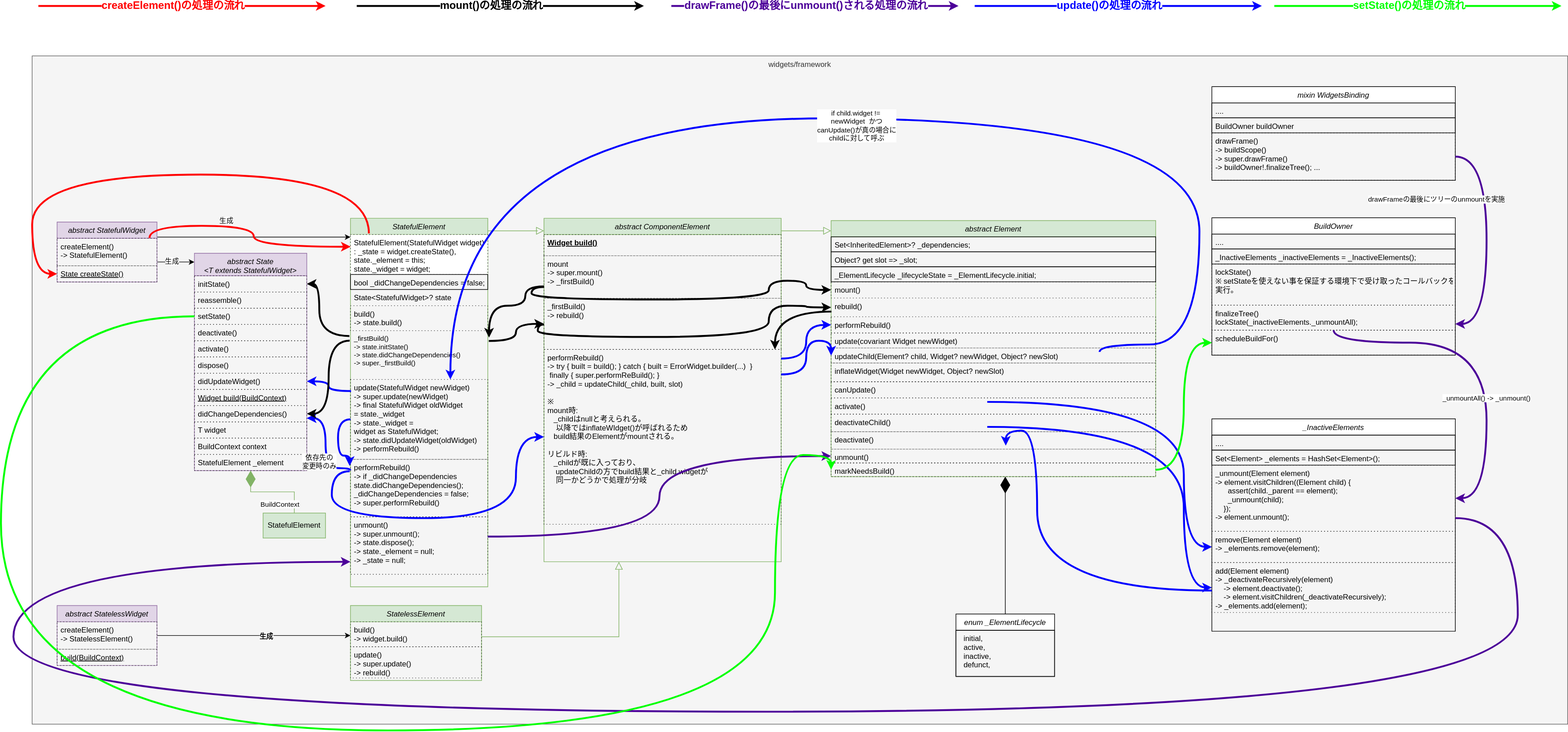
Before: flutter/svg/arch_code_reading/flutter_flow_state_widget.drawio.svg, a diagram exported from draw.io (megur0/docs). Source tidied: cells renumbered, new cells last; positions are measured from the earlier drawing's top-left corner, leaving out a move shared by most shapes.
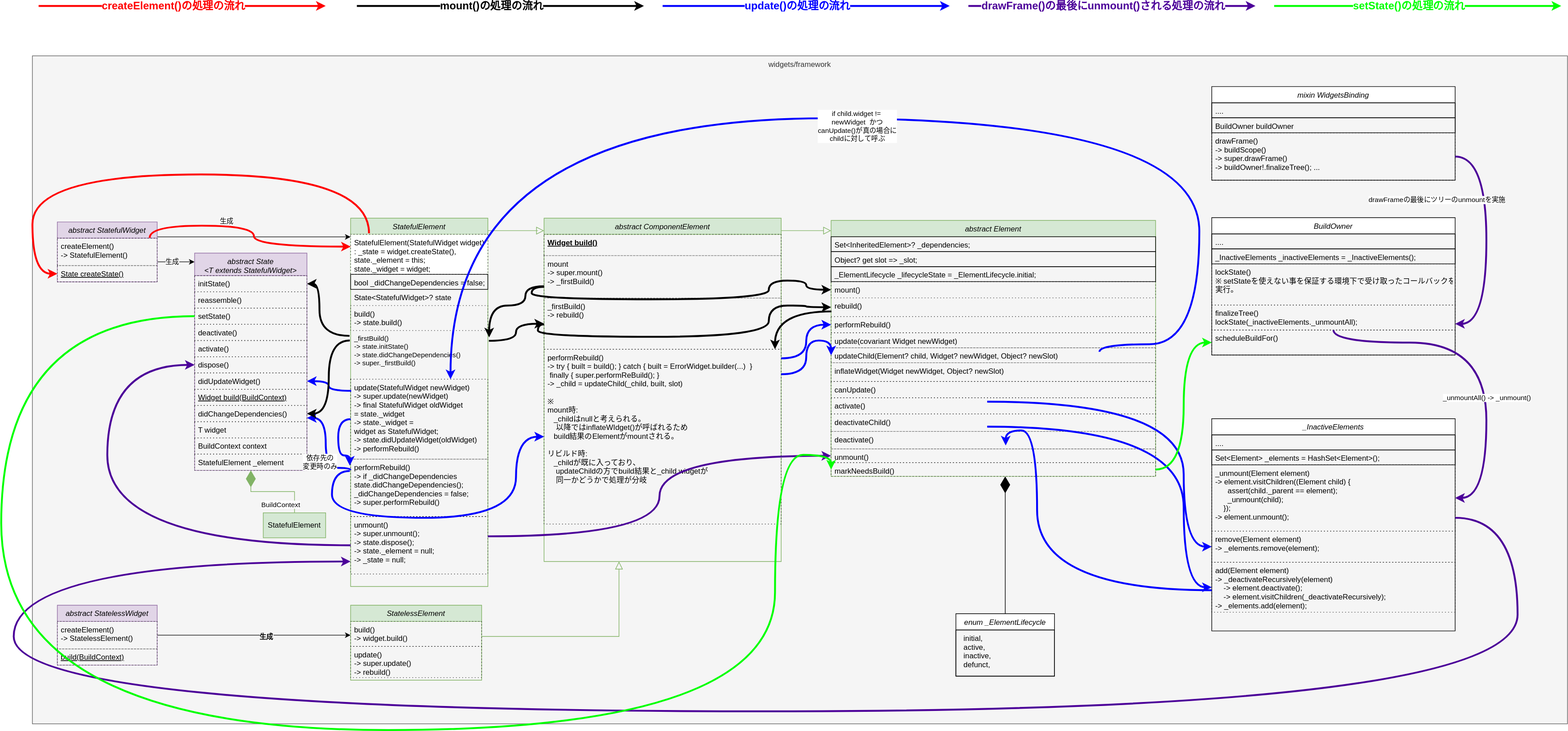
Later version of the same file.

Commit message:
add flutter state management doc

What changed in the source:
```diff
@@ -335,8 +335,8 @@
     </mxCell>
     <mxCell id="87" style="rounded=0;orthogonalLoop=1;jettySize=auto;html=1;strokeWidth=3;strokeColor=#0000FF;" parent="1" edge="1">
       <mxGeometry relative="1" as="geometry">
-        <mxPoint x="1560" as="sourcePoint" />
-        <mxPoint x="2020" as="targetPoint" />
+        <mxPoint x="1060" as="sourcePoint" />
+        <mxPoint x="1520" as="targetPoint" />
       </mxGeometry>
     </mxCell>
     <mxCell id="88" value="update()の処理の流れ" style="edgeLabel;html=1;align=center;verticalAlign=middle;fontStyle=1;fontSize=17;fontColor=#0000FF;" parent="87" vertex="1">
@@ -457,8 +457,8 @@
     </mxCell>
     <mxCell id="109" style="rounded=0;orthogonalLoop=1;jettySize=auto;html=1;strokeWidth=3;strokeColor=#4C0099;" parent="1" edge="1">
       <mxGeometry relative="1" as="geometry">
-        <mxPoint x="1074" as="sourcePoint" />
-        <mxPoint x="1534" as="targetPoint" />
+        <mxPoint x="1550" as="sourcePoint" />
+        <mxPoint x="2010" as="targetPoint" />
       </mxGeometry>
     </mxCell>
     <mxCell id="110" value="drawFrame()の最後にunmount()される処理の流れ" style="edgeLabel;html=1;align=center;verticalAlign=middle;fontStyle=1;fontSize=17;fontColor=#4C0099;" parent="109" vertex="1">
@@ -544,5 +544,13 @@
         <mxPoint x="73" y="-2" as="offset" />
       </mxGeometry>
     </mxCell>
+    <mxCell id="125" style="edgeStyle=orthogonalEdgeStyle;rounded=0;jettySize=auto;html=1;curved=1;strokeWidth=3;strokeColor=#4C0099;exitX=0;exitY=0.5;exitDx=0;exitDy=0;entryX=0;entryY=0.5;entryDx=0;entryDy=0;" parent="1" edge="1" source="39" target="58">
+      <mxGeometry relative="1" as="geometry">
+        <Array as="points">
+          <mxPoint x="170" y="864" />
+          <mxPoint x="170" y="575" />
+        </Array>
+      </mxGeometry>
+    </mxCell>
   </root>
 </mxGraphModel>
```
